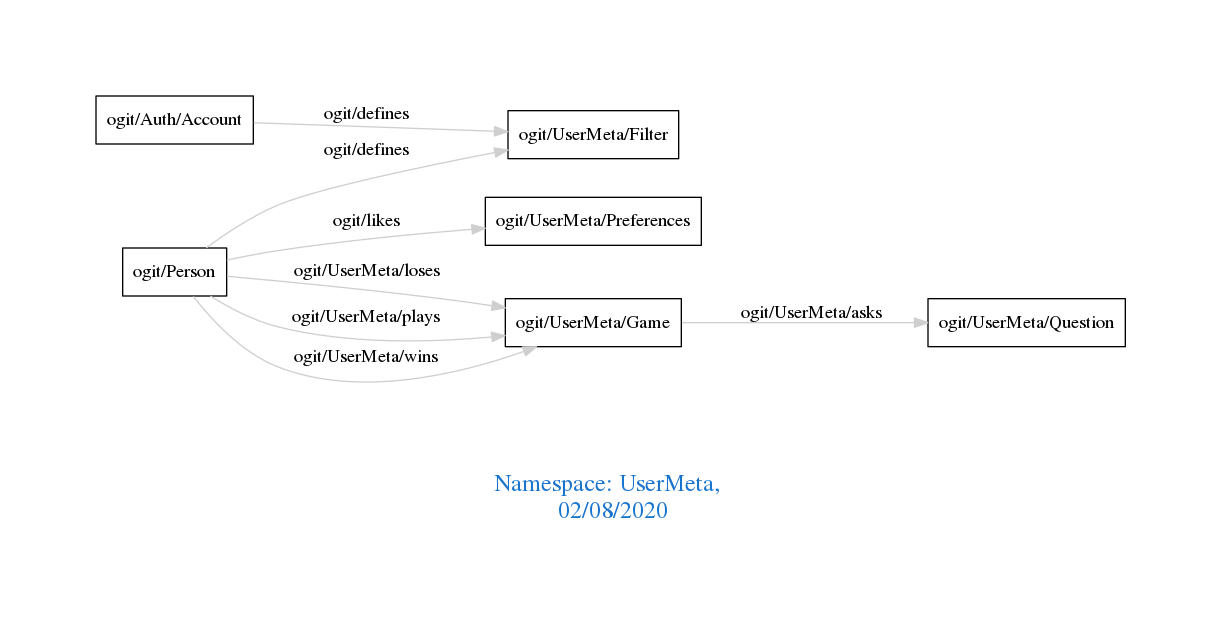
arago/OGIT keeps this Graphviz diagram as downloads/UserMeta.png. Above is the earlier version. Its source is kept beside it as downloads/UserMeta.dot.
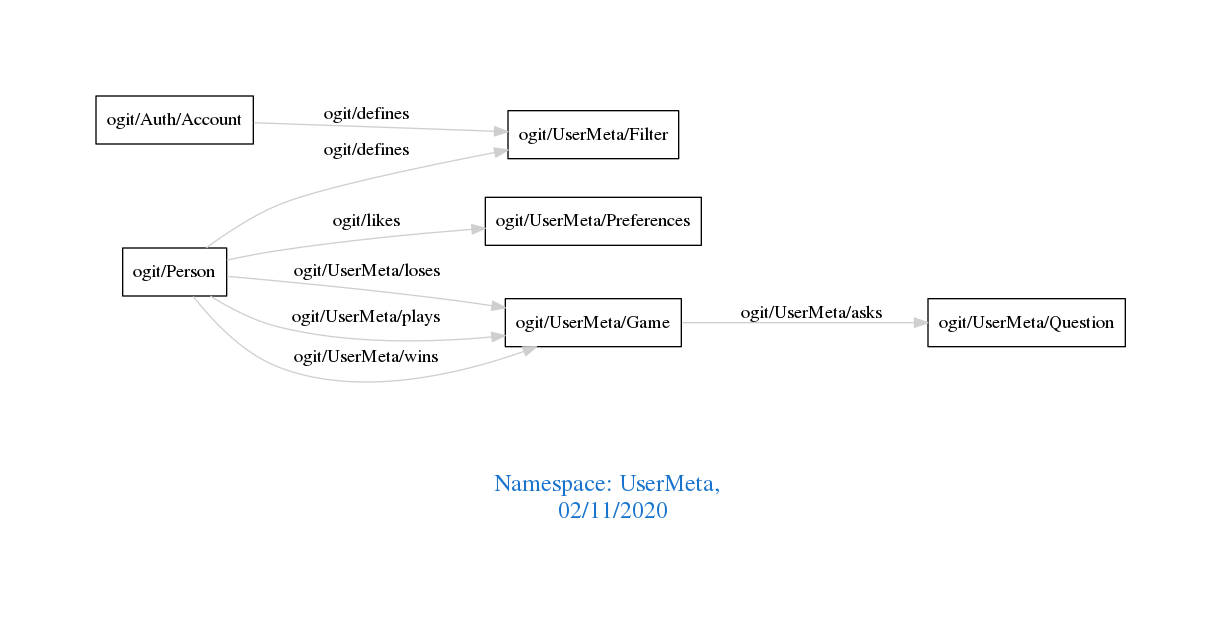
After the commit.

Change to the diagram source:
```diff
@@ -1,7 +1,7 @@
 digraph OGIT_ontology {
  graph [ rankdir= LR,pad=1
 fontsize = 18,
-fontcolor= dodgerblue3,label = "\n\n\nNamespace: UserMeta, \n 02/08/2020"];
+fontcolor= dodgerblue3,label = "\n\n\nNamespace: UserMeta, \n 02/11/2020"];
 node[shape=polygon];
 edge [  color="gray81"];
 
```
